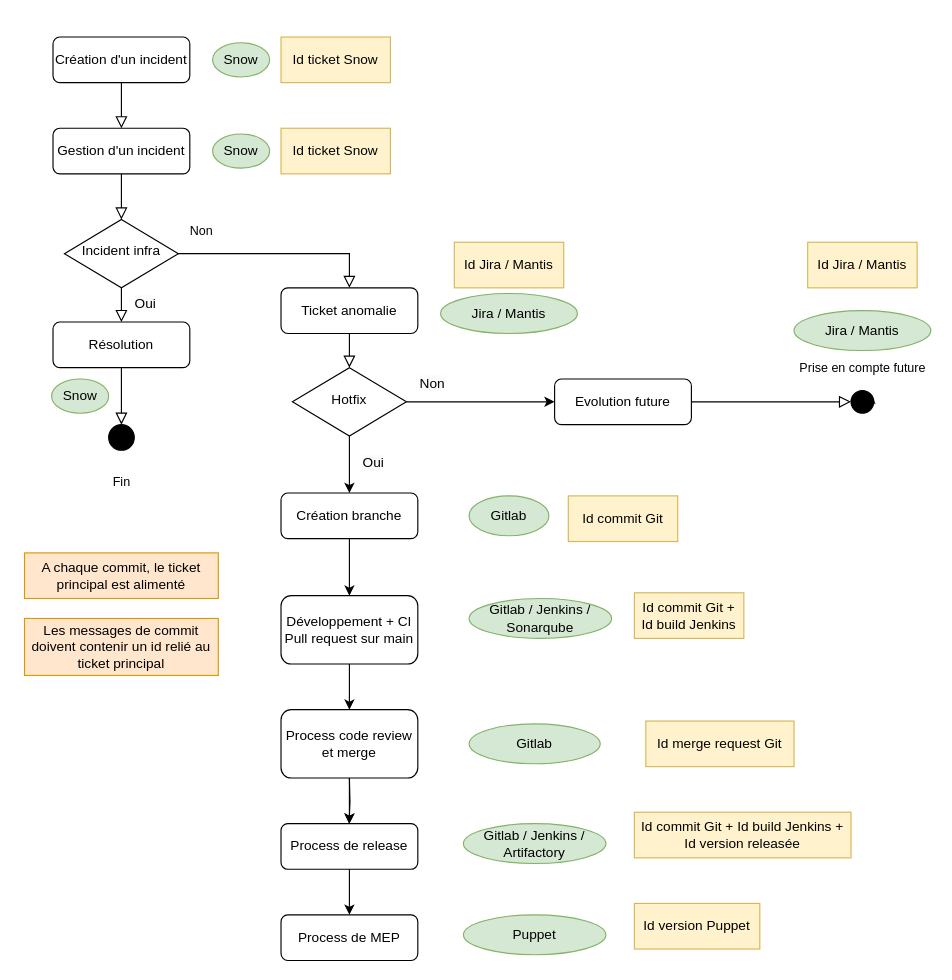
mfaurel/drawio keeps this draw.io diagram as diagrammes/Diagramme incident.drawio. Above is the earlier version. Source tidied: cells renumbered, new cells numbered last; positions are measured from the earlier drawing's top-left corner, leaving out a move shared by most shapes. Both pictures are drawn from the tidied source at 114%, with x=0, y=0 at pixel (24, 36).
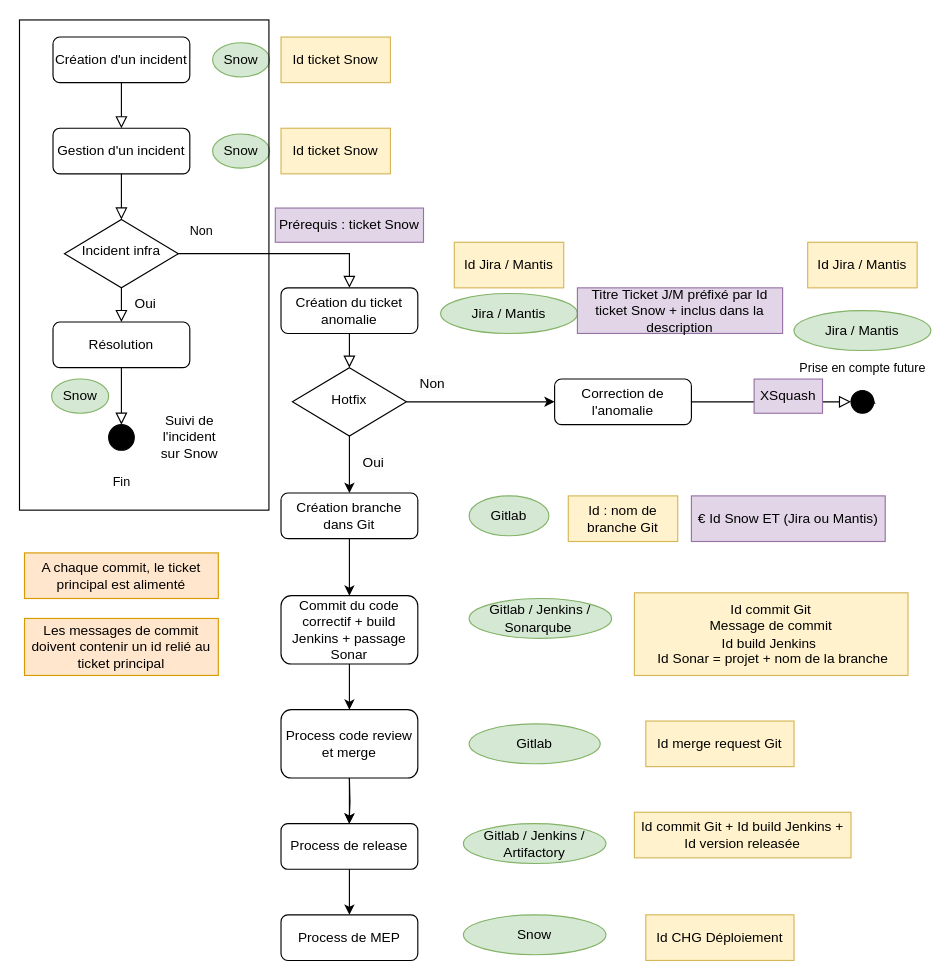
Above is the later version.

Commit message:
Mettre à jour Diagramme incident.drawio

Change to the diagram source:
```diff
@@
-    <mxCell id="7" value="Ticket anomalie" style="rounded=1;whiteSpace=wrap;html=1;fontSize=12;glass=0;strokeWidth=1;shadow=0;" parent="1" vertex="1">
+    <mxCell id="7" value="Création du ticket anomalie" style="rounded=1;whiteSpace=wrap;html=1;fontSize=12;glass=0;strokeWidth=1;shadow=0;" parent="1" vertex="1">
       <mxGeometry x="225" y="220" width="120" height="40" as="geometry" />
     </mxCell>
@@
-    <mxCell id="23" value="Evolution future" style="rounded=1;whiteSpace=wrap;html=1;fontSize=12;glass=0;strokeWidth=1;shadow=0;" parent="1" vertex="1">
+    <mxCell id="23" value="Correction de l'anomalie" style="rounded=1;whiteSpace=wrap;html=1;fontSize=12;glass=0;strokeWidth=1;shadow=0;" parent="1" vertex="1">
       <mxGeometry x="465" y="300" width="120" height="40" as="geometry" />
     </mxCell>
@@
-    <mxCell id="29" value="Création branche" style="rounded=1;whiteSpace=wrap;html=1;fontSize=12;glass=0;strokeWidth=1;shadow=0;" parent="1" vertex="1">
+    <mxCell id="29" value="Création branche dans Git" style="rounded=1;whiteSpace=wrap;html=1;fontSize=12;glass=0;strokeWidth=1;shadow=0;" parent="1" vertex="1">
       <mxGeometry x="225" y="400" width="120" height="40" as="geometry" />
     </mxCell>
@@
-    <mxCell id="32" value="Développement + CI&lt;br&gt;Pull request sur main" style="rounded=1;whiteSpace=wrap;html=1;fontSize=12;glass=0;strokeWidth=1;shadow=0;" parent="1" vertex="1">
+    <mxCell id="32" value="Commit du code correctif + build Jenkins + passage Sonar" style="rounded=1;whiteSpace=wrap;html=1;fontSize=12;glass=0;strokeWidth=1;shadow=0;" parent="1" vertex="1">
       <mxGeometry x="225" y="490" width="120" height="60" as="geometry" />
     </mxCell>
-    <mxCell id="33" value="Gitlab / Jenkins / Sonarqube" style="ellipse;whiteSpace=wrap;html=1;fillColor=#d5e8d4;strokeColor=#82b366;" parent="1" vertex="1">
+    <mxCell id="33" value="Gitlab / Jenkins / Sonarqube&amp;nbsp;" style="ellipse;whiteSpace=wrap;html=1;fillColor=#d5e8d4;strokeColor=#82b366;" parent="1" vertex="1">
       <mxGeometry x="390" y="492.5" width="125" height="35" as="geometry" />
     </mxCell>
@@
-    <mxCell id="44" value="Puppet" style="ellipse;whiteSpace=wrap;html=1;fillColor=#d5e8d4;strokeColor=#82b366;" parent="1" vertex="1">
-      <mxGeometry x="385" y="770" width="125" height="35" as="geometry" />
-    </mxCell>
@@
-    <mxCell id="49" value="Id commit Git" style="rounded=0;whiteSpace=wrap;html=1;fillColor=#fff2cc;strokeColor=#d6b656;" parent="1" vertex="1">
+    <mxCell id="49" value="Id : nom de branche&amp;nbsp;Git" style="rounded=0;whiteSpace=wrap;html=1;fillColor=#fff2cc;strokeColor=#d6b656;" parent="1" vertex="1">
       <mxGeometry x="477" y="402.5" width="96" height="40" as="geometry" />
     </mxCell>
-    <mxCell id="50" value="Id commit Git + Id build Jenkins" style="rounded=0;whiteSpace=wrap;html=1;fillColor=#fff2cc;strokeColor=#d6b656;" parent="1" vertex="1">
-      <mxGeometry x="535" y="487.5" width="96" height="40" as="geometry" />
+    <mxCell id="50" value="Id commit Git &lt;br&gt;Message de commit&lt;br&gt;Id build Jenkins&amp;nbsp;&lt;br&gt;&amp;nbsp;Id Sonar = projet + nom de la branche" style="rounded=0;whiteSpace=wrap;html=1;fillColor=#fff2cc;strokeColor=#d6b656;" parent="1" vertex="1">
+      <mxGeometry x="535" y="487.5" width="240" height="72.5" as="geometry" />
     </mxCell>
@@
-    <mxCell id="53" value="Id version Puppet" style="rounded=0;whiteSpace=wrap;html=1;fillColor=#fff2cc;strokeColor=#d6b656;" parent="1" vertex="1">
-      <mxGeometry x="535" y="760" width="110" height="40" as="geometry" />
-    </mxCell>
@@
+    <mxCell id="55" style="rounded=0;whiteSpace=wrap;html=1;fillColor=none;" parent="1" vertex="1">
+      <mxGeometry x="-4.4" y="-15" width="218.8" height="430" as="geometry" />
+    </mxCell>
+    <mxCell id="56" value="Suivi de l'incident sur Snow" style="text;html=1;align=center;verticalAlign=middle;whiteSpace=wrap;rounded=0;" parent="1" vertex="1">
+      <mxGeometry x="115" y="336.2" width="60" height="30" as="geometry" />
+    </mxCell>
+    <mxCell id="57" value="Id CHG Déploiement" style="rounded=0;whiteSpace=wrap;html=1;fillColor=#fff2cc;strokeColor=#d6b656;" parent="1" vertex="1">
+      <mxGeometry x="545" y="770" width="130" height="40" as="geometry" />
+    </mxCell>
+    <mxCell id="58" value="Snow" style="ellipse;whiteSpace=wrap;html=1;fillColor=#d5e8d4;strokeColor=#82b366;" parent="1" vertex="1">
+      <mxGeometry x="385" y="770" width="125" height="35" as="geometry" />
+    </mxCell>
+    <mxCell id="59" value="€ Id Snow ET (Jira ou Mantis)" style="rounded=0;whiteSpace=wrap;html=1;fillColor=#e1d5e7;strokeColor=#9673a6;" parent="1" vertex="1">
+      <mxGeometry x="585" y="402.5" width="170" height="40" as="geometry" />
+    </mxCell>
+    <mxCell id="60" value="Titre Ticket J/M préfixé par Id ticket Snow + inclus dans la description" style="rounded=0;whiteSpace=wrap;html=1;fillColor=#e1d5e7;strokeColor=#9673a6;" parent="1" vertex="1">
+      <mxGeometry x="485" y="220" width="180" height="40" as="geometry" />
+    </mxCell>
+    <mxCell id="61" value="Prérequis : ticket Snow" style="rounded=0;whiteSpace=wrap;html=1;fillColor=#e1d5e7;strokeColor=#9673a6;" parent="1" vertex="1">
+      <mxGeometry x="220" y="150" width="130" height="30" as="geometry" />
+    </mxCell>
+    <mxCell id="62" value="XSquash" style="rounded=0;whiteSpace=wrap;html=1;fillColor=#e1d5e7;strokeColor=#9673a6;" parent="1" vertex="1">
+      <mxGeometry x="640" y="300" width="60" height="30" as="geometry" />
+    </mxCell>
```
